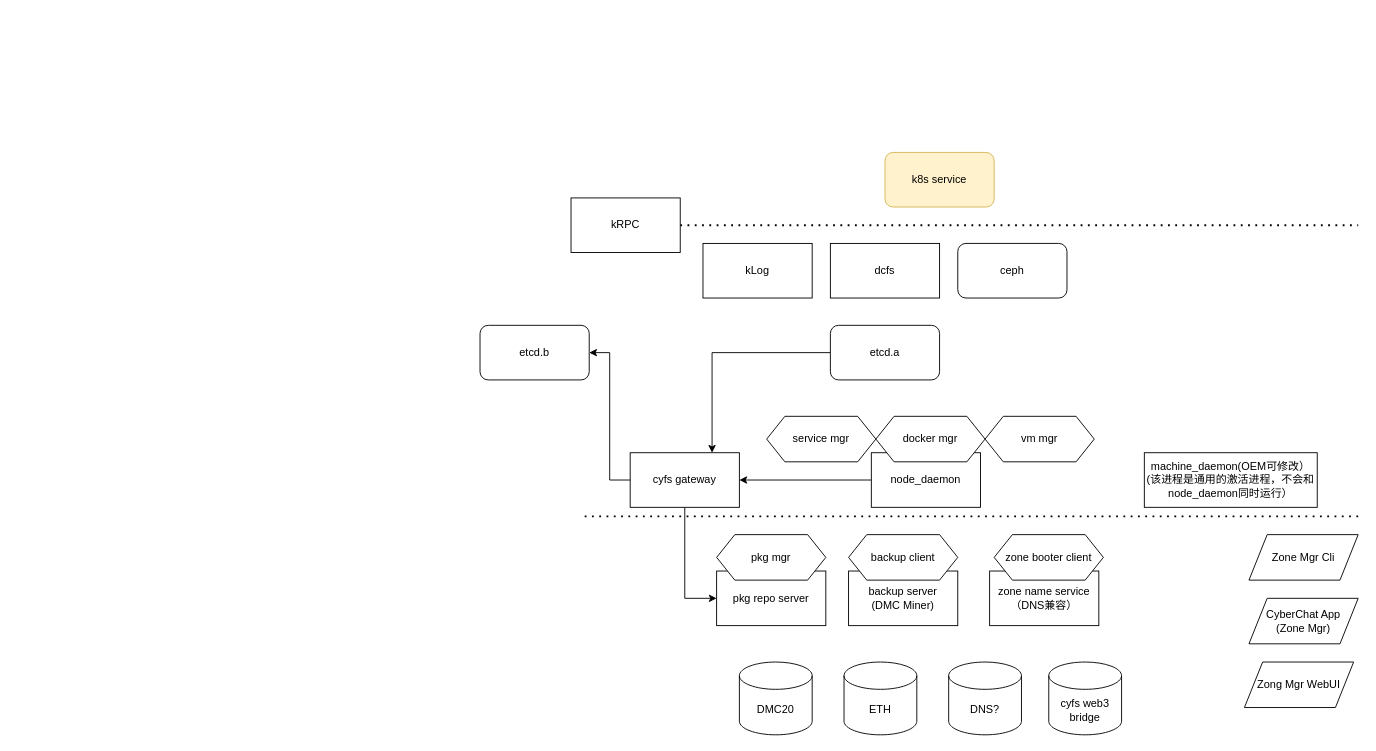
Before: page "系统组件图" (3 of 5) of doc/buckyos.drawio in buckyos/buckyos, a draw.io diagram. Source tidied: cells renumbered, new cells numbered last; positions are measured from the earlier drawing's top-left corner, leaving out a move shared by most shapes. Both pictures are drawn from the tidied source at 91%, with x=0, y=0 at pixel (480, 152).
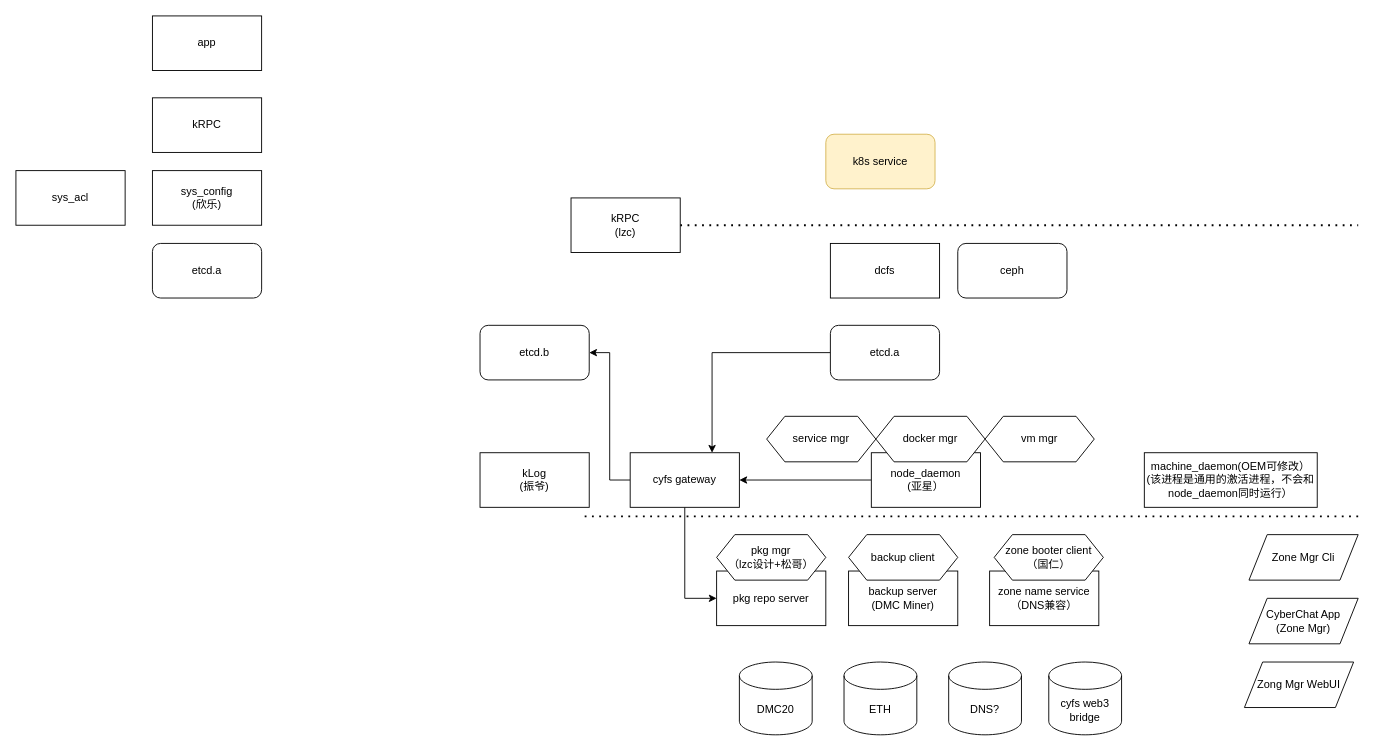
After the change.

What changed in the source:
```diff
@@
-    <mxCell id="3" value="node_daemon" style="rounded=0;whiteSpace=wrap;html=1;" parent="1" vertex="1">
+    <mxCell id="3" value="node_daemon&lt;br&gt;(亚星）" style="rounded=0;whiteSpace=wrap;html=1;" parent="1" vertex="1">
       <mxGeometry x="430" y="330" width="120" height="60" as="geometry" />
     </mxCell>
@@
     <mxCell id="9" value="k8s service" style="rounded=1;whiteSpace=wrap;html=1;fillColor=#fff2cc;strokeColor=#d6b656;" parent="1" vertex="1">
-      <mxGeometry x="445" width="120" height="60" as="geometry" />
+      <mxGeometry x="380" y="-20" width="120" height="60" as="geometry" />
     </mxCell>
@@
-    <mxCell id="16" value="zone booter client" style="shape=hexagon;perimeter=hexagonPerimeter2;whiteSpace=wrap;html=1;fixedSize=1;" parent="1" vertex="1">
+    <mxCell id="16" value="zone booter client&lt;br&gt;（国仁）" style="shape=hexagon;perimeter=hexagonPerimeter2;whiteSpace=wrap;html=1;fixedSize=1;" parent="1" vertex="1">
       <mxGeometry x="565" y="420" width="120" height="50" as="geometry" />
     </mxCell>
-    <mxCell id="17" value="pkg mgr" style="shape=hexagon;perimeter=hexagonPerimeter2;whiteSpace=wrap;html=1;fixedSize=1;" parent="1" vertex="1">
+    <mxCell id="17" value="pkg mgr&lt;br&gt;（lzc设计+松哥）" style="shape=hexagon;perimeter=hexagonPerimeter2;whiteSpace=wrap;html=1;fixedSize=1;" parent="1" vertex="1">
       <mxGeometry x="260" y="420" width="120" height="50" as="geometry" />
     </mxCell>
@@
-    <mxCell id="32" value="kLog" style="rounded=0;whiteSpace=wrap;html=1;" parent="1" vertex="1">
-      <mxGeometry x="245" y="100" width="120" height="60" as="geometry" />
+    <mxCell id="32" value="kLog&lt;br&gt;(振爷)" style="rounded=0;whiteSpace=wrap;html=1;" parent="1" vertex="1">
+      <mxGeometry y="330" width="120" height="60" as="geometry" />
     </mxCell>
@@
-    <mxCell id="34" value="kRPC" style="rounded=0;whiteSpace=wrap;html=1;" parent="1" vertex="1">
+    <mxCell id="34" value="kRPC&lt;br&gt;(lzc)" style="rounded=0;whiteSpace=wrap;html=1;" parent="1" vertex="1">
       <mxGeometry x="100" y="50" width="120" height="60" as="geometry" />
     </mxCell>
+    <mxCell id="35" value="sys_config&lt;br&gt;(欣乐)" style="rounded=0;whiteSpace=wrap;html=1;" parent="1" vertex="1">
+      <mxGeometry x="-360" y="20" width="120" height="60" as="geometry" />
+    </mxCell>
+    <mxCell id="36" value="app" style="rounded=0;whiteSpace=wrap;html=1;" parent="1" vertex="1">
+      <mxGeometry x="-360" y="-150" width="120" height="60" as="geometry" />
+    </mxCell>
+    <mxCell id="37" value="kRPC" style="rounded=0;whiteSpace=wrap;html=1;" parent="1" vertex="1">
+      <mxGeometry x="-360" y="-60" width="120" height="60" as="geometry" />
+    </mxCell>
+    <mxCell id="38" value="etcd.a" style="rounded=1;whiteSpace=wrap;html=1;" parent="1" vertex="1">
+      <mxGeometry x="-360" y="100" width="120" height="60" as="geometry" />
+    </mxCell>
+    <mxCell id="39" value="sys_acl" style="rounded=0;whiteSpace=wrap;html=1;" parent="1" vertex="1">
+      <mxGeometry x="-510" y="20" width="120" height="60" as="geometry" />
+    </mxCell>
```
